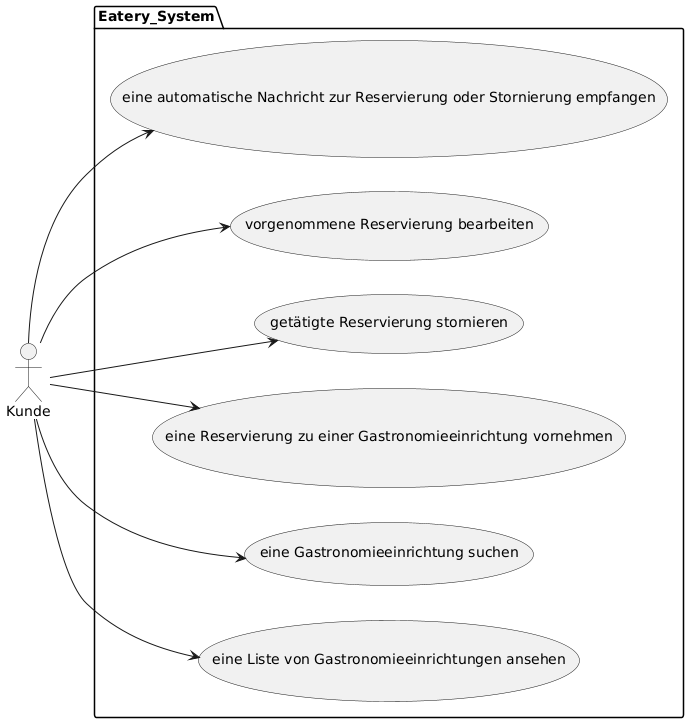
Earlier version of the PlantUML export diagram/useCaseDiagram-customer.png (kyklospi/eatery).
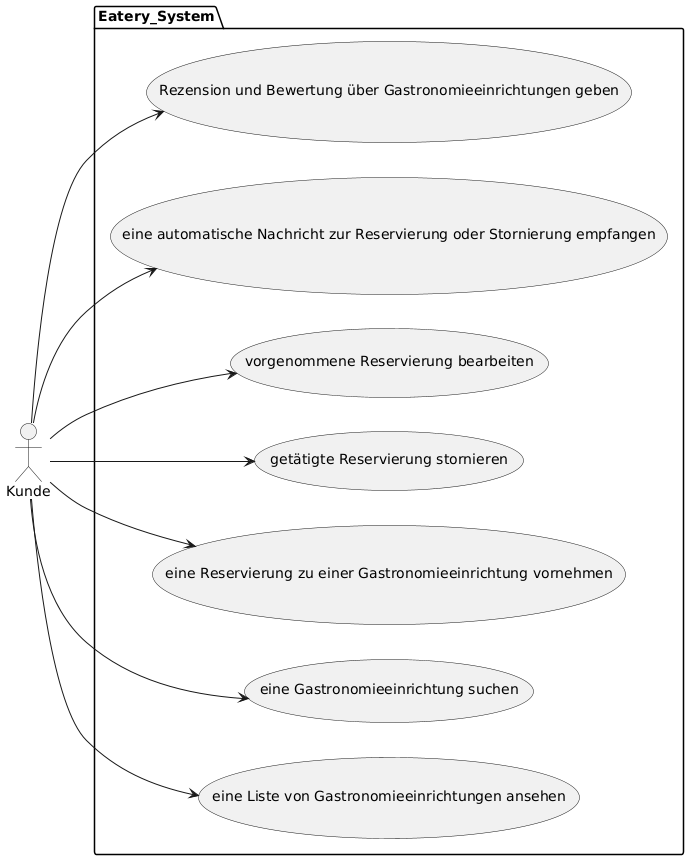
The same diagram one commit later.

Change to the diagram source:
```diff
@@ -8,6 +8,7 @@
   usecase "getätigte Reservierung stornieren" as UC4
   usecase "vorgenommene Reservierung bearbeiten" as UC5
   usecase "eine automatische Nachricht zur Reservierung oder Stornierung empfangen" as UC6
+  usecase "Rezension und Bewertung über Gastronomieeinrichtungen geben" as UC7
 }
 customer --> UC1
 customer --> UC2
@@ -15,4 +16,5 @@
 customer --> UC4
 customer --> UC5
 customer --> UC6
+customer --> UC7
 @enduml
```
